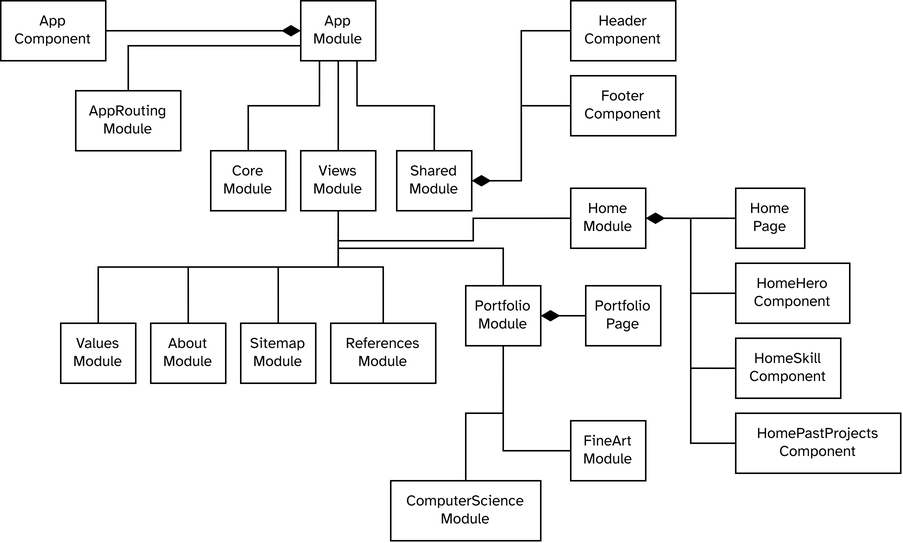
harshjayprakash/the-portfolio-site keeps this draw.io diagram as doc/component.drawio.png. Above is the earlier version. Source tidied: cells renumbered, new cells last; positions are measured from the earlier drawing's top-left corner, leaving out a move shared by most shapes.
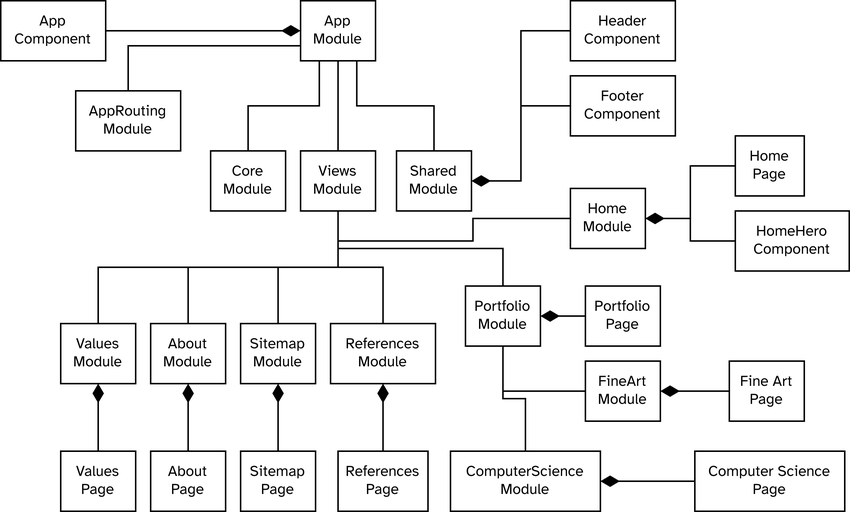
Above is the later version.

What changed in the source:
```diff
@@ -49,17 +49,11 @@
       <mxGeometry x="380" y="125" width="50" height="40" as="geometry" />
     </mxCell>
     <mxCell id="16" value="Home&lt;br&gt;Page" style="html=1;whiteSpace=wrap;fontSize=10;fontFamily=Atkinson Hyperlegible;fontStyle=0;" parent="1" vertex="1">
-      <mxGeometry x="490" y="125" width="46" height="40" as="geometry" />
+      <mxGeometry x="490" y="90" width="46" height="40" as="geometry" />
     </mxCell>
     <mxCell id="17" value="HomeHero Component" style="html=1;whiteSpace=wrap;fontSize=10;fontFamily=Atkinson Hyperlegible;fontStyle=0;" parent="1" vertex="1">
-      <mxGeometry x="490" y="175" width="76" height="40" as="geometry" />
+      <mxGeometry x="490" y="140" width="76" height="40" as="geometry" />
     </mxCell>
-    <mxCell id="18" value="HomeSkill&lt;br&gt;Component" style="html=1;whiteSpace=wrap;fontSize=10;fontFamily=Atkinson Hyperlegible;fontStyle=0;" parent="1" vertex="1">
-      <mxGeometry x="490" y="225" width="70" height="40" as="geometry" />
-    </mxCell>
-    <mxCell id="19" value="HomePastProjects&lt;br&gt;Component" style="html=1;whiteSpace=wrap;fontSize=10;fontFamily=Atkinson Hyperlegible;fontStyle=0;" parent="1" vertex="1">
-      <mxGeometry x="490" y="275" width="110" height="40" as="geometry" />
-    </mxCell>
     <mxCell id="20" style="edgeStyle=orthogonalEdgeStyle;rounded=0;jettySize=auto;html=1;exitX=0;exitY=0.5;exitDx=0;exitDy=0;entryX=1;entryY=0.5;entryDx=0;entryDy=0;endArrow=diamondThin;endFill=1;strokeWidth=1;endSize=10;fontStyle=0;fontFamily=Atkinson Hyperlegible;" parent="1" edge="1" source="13" target="12">
       <mxGeometry relative="1" as="geometry" />
     </mxCell>
@@ -75,12 +69,6 @@
     <mxCell id="24" style="edgeStyle=orthogonalEdgeStyle;rounded=0;jettySize=auto;html=1;exitX=0;exitY=0.5;exitDx=0;exitDy=0;entryX=1;entryY=0.5;entryDx=0;entryDy=0;endArrow=diamondThin;endFill=1;strokeWidth=1;endSize=10;fontStyle=0;fontFamily=Atkinson Hyperlegible;" parent="1" edge="1" source="17" target="15">
       <mxGeometry relative="1" as="geometry" />
     </mxCell>
-    <mxCell id="25" style="edgeStyle=orthogonalEdgeStyle;rounded=0;jettySize=auto;html=1;exitX=0;exitY=0.5;exitDx=0;exitDy=0;entryX=1;entryY=0.5;entryDx=0;entryDy=0;endArrow=diamondThin;endFill=1;strokeWidth=1;endSize=10;fontStyle=0;fontFamily=Atkinson Hyperlegible;" parent="1" edge="1" source="18" target="15">
-      <mxGeometry relative="1" as="geometry" />
-    </mxCell>
-    <mxCell id="26" style="edgeStyle=orthogonalEdgeStyle;rounded=0;jettySize=auto;html=1;exitX=0;exitY=0.5;exitDx=0;exitDy=0;entryX=1;entryY=0.5;entryDx=0;entryDy=0;endArrow=diamondThin;endFill=1;strokeWidth=1;endSize=10;fontStyle=0;fontFamily=Atkinson Hyperlegible;" parent="1" edge="1" source="19" target="15">
-      <mxGeometry relative="1" as="geometry" />
-    </mxCell>
     <mxCell id="27" value="Values&lt;br&gt;Module" style="html=1;whiteSpace=wrap;fontSize=10;fontFamily=Atkinson Hyperlegible;fontStyle=0;" parent="1" vertex="1">
       <mxGeometry x="40" y="215" width="50" height="40" as="geometry" />
     </mxCell>
@@ -91,10 +79,10 @@
       <mxGeometry x="220" y="215" width="70" height="40" as="geometry" />
     </mxCell>
     <mxCell id="30" value="FineArt&lt;br&gt;Module" style="html=1;whiteSpace=wrap;fontSize=10;fontFamily=Atkinson Hyperlegible;fontStyle=0;" parent="1" vertex="1">
-      <mxGeometry x="380" y="280" width="50" height="40" as="geometry" />
+      <mxGeometry x="390" y="240" width="50" height="40" as="geometry" />
     </mxCell>
     <mxCell id="31" value="ComputerScience&lt;br&gt;Module" style="html=1;whiteSpace=wrap;fontSize=10;fontFamily=Atkinson Hyperlegible;fontStyle=0;" parent="1" vertex="1">
-      <mxGeometry x="260" y="320" width="100" height="40" as="geometry" />
+      <mxGeometry x="300" y="300" width="100" height="40" as="geometry" />
     </mxCell>
     <mxCell id="32" value="Portfolio&lt;br&gt;Module" style="html=1;whiteSpace=wrap;fontSize=10;fontFamily=Atkinson Hyperlegible;fontStyle=0;" parent="1" vertex="1">
       <mxGeometry x="310" y="190" width="50" height="40" as="geometry" />
@@ -129,5 +117,41 @@
     <mxCell id="42" style="edgeStyle=orthogonalEdgeStyle;rounded=0;jettySize=auto;html=1;exitX=0;exitY=0.5;exitDx=0;exitDy=0;entryX=1;entryY=0.5;entryDx=0;entryDy=0;endArrow=diamondThin;endFill=1;strokeWidth=1;endSize=10;fontStyle=0;fontFamily=Atkinson Hyperlegible;" parent="1" edge="1" source="34" target="32">
       <mxGeometry relative="1" as="geometry" />
     </mxCell>
+    <mxCell id="43" value="Computer Science&lt;br&gt;Page" style="html=1;whiteSpace=wrap;fontSize=10;fontFamily=Atkinson Hyperlegible;fontStyle=0;" parent="1" vertex="1">
+      <mxGeometry x="463" y="300" width="100" height="40" as="geometry" />
+    </mxCell>
+    <mxCell id="44" value="Fine Art&lt;br&gt;Page" style="html=1;whiteSpace=wrap;fontSize=10;fontFamily=Atkinson Hyperlegible;fontStyle=0;" parent="1" vertex="1">
+      <mxGeometry x="486" y="240" width="50" height="40" as="geometry" />
+    </mxCell>
+    <mxCell id="45" style="edgeStyle=orthogonalEdgeStyle;rounded=0;jettySize=auto;html=1;exitX=0;exitY=0.5;exitDx=0;exitDy=0;entryX=1;entryY=0.5;entryDx=0;entryDy=0;endArrow=diamondThin;endFill=1;strokeWidth=1;endSize=10;fontStyle=0;fontFamily=Atkinson Hyperlegible;" parent="1" edge="1" source="44" target="30">
+      <mxGeometry relative="1" as="geometry" />
+    </mxCell>
+    <mxCell id="46" style="edgeStyle=orthogonalEdgeStyle;rounded=0;jettySize=auto;html=1;exitX=0;exitY=0.5;exitDx=0;exitDy=0;entryX=1;entryY=0.5;entryDx=0;entryDy=0;endArrow=diamondThin;endFill=1;strokeWidth=1;endSize=10;fontStyle=0;fontFamily=Atkinson Hyperlegible;" parent="1" edge="1" source="43" target="31">
+      <mxGeometry relative="1" as="geometry" />
+    </mxCell>
+    <mxCell id="47" value="Values&lt;br&gt;Page" style="html=1;whiteSpace=wrap;fontSize=10;fontFamily=Atkinson Hyperlegible;fontStyle=0;" parent="1" vertex="1">
+      <mxGeometry x="40" y="300" width="50" height="40" as="geometry" />
+    </mxCell>
+    <mxCell id="48" value="About&lt;br&gt;Page" style="html=1;whiteSpace=wrap;fontSize=10;fontFamily=Atkinson Hyperlegible;fontStyle=0;" parent="1" vertex="1">
+      <mxGeometry x="100" y="300" width="50" height="40" as="geometry" />
+    </mxCell>
+    <mxCell id="49" value="Sitemap&lt;br&gt;Page" style="html=1;whiteSpace=wrap;fontSize=10;fontFamily=Atkinson Hyperlegible;fontStyle=0;" parent="1" vertex="1">
+      <mxGeometry x="160" y="300" width="50" height="40" as="geometry" />
+    </mxCell>
+    <mxCell id="50" value="References&lt;br&gt;Page" style="html=1;whiteSpace=wrap;fontSize=10;fontFamily=Atkinson Hyperlegible;fontStyle=0;" parent="1" vertex="1">
+      <mxGeometry x="225" y="300" width="60" height="40" as="geometry" />
+    </mxCell>
+    <mxCell id="51" style="edgeStyle=orthogonalEdgeStyle;rounded=0;jettySize=auto;html=1;exitX=0.5;exitY=0;exitDx=0;exitDy=0;entryX=0.5;entryY=1;entryDx=0;entryDy=0;endArrow=diamondThin;endFill=1;strokeWidth=1;endSize=10;fontStyle=0;fontFamily=Atkinson Hyperlegible;" parent="1" edge="1" source="50" target="29">
+      <mxGeometry relative="1" as="geometry" />
+    </mxCell>
+    <mxCell id="52" style="edgeStyle=orthogonalEdgeStyle;rounded=0;jettySize=auto;html=1;exitX=0.5;exitY=0;exitDx=0;exitDy=0;entryX=0.5;entryY=1;entryDx=0;entryDy=0;endArrow=diamondThin;endFill=1;strokeWidth=1;endSize=10;fontStyle=0;fontFamily=Atkinson Hyperlegible;" parent="1" edge="1" source="49" target="28">
+      <mxGeometry relative="1" as="geometry" />
+    </mxCell>
+    <mxCell id="53" style="edgeStyle=orthogonalEdgeStyle;rounded=0;jettySize=auto;html=1;exitX=0.5;exitY=0;exitDx=0;exitDy=0;entryX=0.5;entryY=1;entryDx=0;entryDy=0;endArrow=diamondThin;endFill=1;strokeWidth=1;endSize=10;fontStyle=0;fontFamily=Atkinson Hyperlegible;" parent="1" edge="1" source="48" target="33">
+      <mxGeometry relative="1" as="geometry" />
+    </mxCell>
+    <mxCell id="54" style="edgeStyle=orthogonalEdgeStyle;rounded=0;jettySize=auto;html=1;exitX=0.5;exitY=0;exitDx=0;exitDy=0;entryX=0.5;entryY=1;entryDx=0;entryDy=0;endArrow=diamondThin;endFill=1;strokeWidth=1;endSize=10;fontStyle=0;fontFamily=Atkinson Hyperlegible;" parent="1" edge="1" source="47" target="27">
+      <mxGeometry relative="1" as="geometry" />
+    </mxCell>
   </root>
 </mxGraphModel>
```
